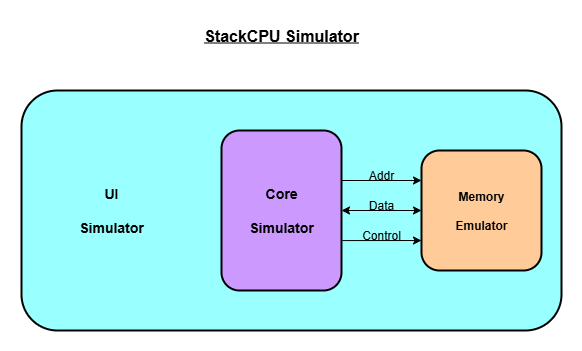
The draw.io diagram docs/StackCPU-SW-Simulator.png in dervish77/StackCPU, before a commit. Source tidied: cells renumbered, new cells last; positions are measured from the earlier drawing's top-left corner, leaving out a move shared by most shapes. The source it was exported from:
```xml
<mxGraphModel>
  <root>
    <mxCell id="0" />
    <mxCell id="1" parent="0" />
    <mxCell id="2" value="&lt;b&gt;&lt;u&gt;&lt;font style=&quot;font-size: 16px;&quot;&gt;StackCPU Simulator&lt;/font&gt;&lt;/u&gt;&lt;/b&gt;" style="text;html=1;align=center;verticalAlign=middle;whiteSpace=wrap;rounded=0;" parent="1" vertex="1">
      <mxGeometry x="175" width="170" height="30" as="geometry" />
    </mxCell>
    <mxCell id="3" style="rounded=1;whiteSpace=wrap;html=1;fillColor=#99FFFF;strokeWidth=2;" parent="1" vertex="1">
      <mxGeometry y="70" width="540" height="240" as="geometry" />
    </mxCell>
    <mxCell id="4" style="rounded=1;whiteSpace=wrap;html=1;fillColor=#CC99FF;strokeWidth=2;" parent="1" vertex="1">
      <mxGeometry x="200" y="110" width="120" height="160" as="geometry" />
    </mxCell>
    <mxCell id="5" style="rounded=1;whiteSpace=wrap;html=1;fillColor=#FFCC99;strokeWidth=2;" parent="1" vertex="1">
      <mxGeometry x="400" y="130" width="120" height="120" as="geometry" />
    </mxCell>
    <mxCell id="6" value="&lt;b&gt;Memory&lt;/b&gt;&lt;div&gt;&lt;b&gt;&lt;br&gt;&lt;/b&gt;&lt;div&gt;&lt;b&gt;Emulator&lt;/b&gt;&lt;/div&gt;&lt;/div&gt;" style="text;html=1;align=center;verticalAlign=middle;whiteSpace=wrap;rounded=0;" parent="1" vertex="1">
      <mxGeometry x="430" y="175" width="60" height="30" as="geometry" />
    </mxCell>
    <mxCell id="7" value="&lt;b&gt;&lt;font style=&quot;font-size: 14px;&quot;&gt;Core&lt;/font&gt;&lt;/b&gt;&lt;div&gt;&lt;b&gt;&lt;font style=&quot;font-size: 14px;&quot;&gt;&lt;br&gt;&lt;/font&gt;&lt;/b&gt;&lt;div&gt;&lt;b&gt;&lt;font style=&quot;font-size: 14px;&quot;&gt;Simulator&lt;/font&gt;&lt;/b&gt;&lt;/div&gt;&lt;/div&gt;" style="text;html=1;align=center;verticalAlign=middle;whiteSpace=wrap;rounded=0;" parent="1" vertex="1">
      <mxGeometry x="230" y="175" width="60" height="30" as="geometry" />
    </mxCell>
    <mxCell id="8" value="&lt;b&gt;&lt;font style=&quot;font-size: 14px;&quot;&gt;UI&lt;/font&gt;&lt;/b&gt;&lt;div&gt;&lt;b&gt;&lt;font style=&quot;font-size: 14px;&quot;&gt;&lt;br&gt;&lt;/font&gt;&lt;/b&gt;&lt;div&gt;&lt;b&gt;&lt;font style=&quot;font-size: 14px;&quot;&gt;Simulator&lt;/font&gt;&lt;/b&gt;&lt;/div&gt;&lt;/div&gt;" style="text;html=1;align=center;verticalAlign=middle;whiteSpace=wrap;rounded=0;" parent="1" vertex="1">
      <mxGeometry x="60" y="175" width="60" height="30" as="geometry" />
    </mxCell>
    <mxCell id="9" style="endArrow=classic;startArrow=classic;html=1;rounded=0;entryX=0;entryY=0.5;entryDx=0;entryDy=0;exitX=1;exitY=0.5;exitDx=0;exitDy=0;" parent="1" edge="1" source="4" target="5">
      <mxGeometry relative="1" as="geometry" />
    </mxCell>
    <mxCell id="10" style="endArrow=classic;html=1;rounded=0;entryX=0;entryY=0.25;entryDx=0;entryDy=0;" parent="1" edge="1" target="5">
      <mxGeometry relative="1" as="geometry">
        <mxPoint x="320" y="160" as="sourcePoint" />
      </mxGeometry>
    </mxCell>
    <mxCell id="11" style="endArrow=classic;html=1;rounded=0;entryX=0;entryY=0.75;entryDx=0;entryDy=0;exitX=1.008;exitY=0.688;exitDx=0;exitDy=0;exitPerimeter=0;" parent="1" edge="1" source="4" target="5">
      <mxGeometry relative="1" as="geometry" />
    </mxCell>
    <mxCell id="12" value="Addr" style="text;html=1;align=center;verticalAlign=middle;whiteSpace=wrap;rounded=0;" parent="1" vertex="1">
      <mxGeometry x="330" y="140" width="60" height="30" as="geometry" />
    </mxCell>
    <mxCell id="13" value="Data" style="text;html=1;align=center;verticalAlign=middle;whiteSpace=wrap;rounded=0;" parent="1" vertex="1">
      <mxGeometry x="330" y="170" width="60" height="30" as="geometry" />
    </mxCell>
    <mxCell id="14" value="Control" style="text;html=1;align=center;verticalAlign=middle;whiteSpace=wrap;rounded=0;" parent="1" vertex="1">
      <mxGeometry x="330" y="200" width="60" height="30" as="geometry" />
    </mxCell>
  </root>
</mxGraphModel>
```
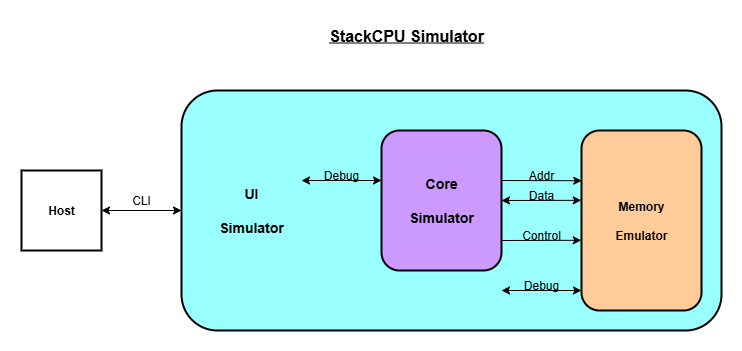
After the commit.

Commit message:
modified SW simulator diagram to include host CLI interface

Change to the diagram source:
```diff
@@ -3,45 +3,79 @@
     <mxCell id="0" />
     <mxCell id="1" parent="0" />
     <mxCell id="2" value="&lt;b&gt;&lt;u&gt;&lt;font style=&quot;font-size: 16px;&quot;&gt;StackCPU Simulator&lt;/font&gt;&lt;/u&gt;&lt;/b&gt;" style="text;html=1;align=center;verticalAlign=middle;whiteSpace=wrap;rounded=0;" parent="1" vertex="1">
-      <mxGeometry x="175" width="170" height="30" as="geometry" />
+      <mxGeometry x="180" width="170" height="30" as="geometry" />
     </mxCell>
     <mxCell id="3" style="rounded=1;whiteSpace=wrap;html=1;fillColor=#99FFFF;strokeWidth=2;" parent="1" vertex="1">
-      <mxGeometry y="70" width="540" height="240" as="geometry" />
+      <mxGeometry x="40" y="70" width="540" height="240" as="geometry" />
     </mxCell>
     <mxCell id="4" style="rounded=1;whiteSpace=wrap;html=1;fillColor=#CC99FF;strokeWidth=2;" parent="1" vertex="1">
-      <mxGeometry x="200" y="110" width="120" height="160" as="geometry" />
+      <mxGeometry x="240" y="110" width="120" height="140" as="geometry" />
     </mxCell>
     <mxCell id="5" style="rounded=1;whiteSpace=wrap;html=1;fillColor=#FFCC99;strokeWidth=2;" parent="1" vertex="1">
-      <mxGeometry x="400" y="130" width="120" height="120" as="geometry" />
+      <mxGeometry x="440" y="110" width="120" height="180" as="geometry" />
     </mxCell>
     <mxCell id="6" value="&lt;b&gt;Memory&lt;/b&gt;&lt;div&gt;&lt;b&gt;&lt;br&gt;&lt;/b&gt;&lt;div&gt;&lt;b&gt;Emulator&lt;/b&gt;&lt;/div&gt;&lt;/div&gt;" style="text;html=1;align=center;verticalAlign=middle;whiteSpace=wrap;rounded=0;" parent="1" vertex="1">
-      <mxGeometry x="430" y="175" width="60" height="30" as="geometry" />
+      <mxGeometry x="470" y="185" width="60" height="30" as="geometry" />
     </mxCell>
     <mxCell id="7" value="&lt;b&gt;&lt;font style=&quot;font-size: 14px;&quot;&gt;Core&lt;/font&gt;&lt;/b&gt;&lt;div&gt;&lt;b&gt;&lt;font style=&quot;font-size: 14px;&quot;&gt;&lt;br&gt;&lt;/font&gt;&lt;/b&gt;&lt;div&gt;&lt;b&gt;&lt;font style=&quot;font-size: 14px;&quot;&gt;Simulator&lt;/font&gt;&lt;/b&gt;&lt;/div&gt;&lt;/div&gt;" style="text;html=1;align=center;verticalAlign=middle;whiteSpace=wrap;rounded=0;" parent="1" vertex="1">
-      <mxGeometry x="230" y="175" width="60" height="30" as="geometry" />
+      <mxGeometry x="270" y="165" width="60" height="30" as="geometry" />
     </mxCell>
     <mxCell id="8" value="&lt;b&gt;&lt;font style=&quot;font-size: 14px;&quot;&gt;UI&lt;/font&gt;&lt;/b&gt;&lt;div&gt;&lt;b&gt;&lt;font style=&quot;font-size: 14px;&quot;&gt;&lt;br&gt;&lt;/font&gt;&lt;/b&gt;&lt;div&gt;&lt;b&gt;&lt;font style=&quot;font-size: 14px;&quot;&gt;Simulator&lt;/font&gt;&lt;/b&gt;&lt;/div&gt;&lt;/div&gt;" style="text;html=1;align=center;verticalAlign=middle;whiteSpace=wrap;rounded=0;" parent="1" vertex="1">
-      <mxGeometry x="60" y="175" width="60" height="30" as="geometry" />
+      <mxGeometry x="80" y="175" width="60" height="30" as="geometry" />
     </mxCell>
-    <mxCell id="9" style="endArrow=classic;startArrow=classic;html=1;rounded=0;entryX=0;entryY=0.5;entryDx=0;entryDy=0;exitX=1;exitY=0.5;exitDx=0;exitDy=0;" parent="1" edge="1" source="4" target="5">
+    <mxCell id="9" style="endArrow=classic;startArrow=classic;html=1;rounded=0;entryX=-0.002;entryY=0.388;entryDx=0;entryDy=0;exitX=1;exitY=0.5;exitDx=0;exitDy=0;entryPerimeter=0;" parent="1" edge="1" source="4" target="5">
       <mxGeometry relative="1" as="geometry" />
     </mxCell>
-    <mxCell id="10" style="endArrow=classic;html=1;rounded=0;entryX=0;entryY=0.25;entryDx=0;entryDy=0;" parent="1" edge="1" target="5">
+    <mxCell id="10" style="endArrow=classic;html=1;rounded=0;entryX=0.002;entryY=0.279;entryDx=0;entryDy=0;entryPerimeter=0;" parent="1" edge="1" target="5">
       <mxGeometry relative="1" as="geometry">
-        <mxPoint x="320" y="160" as="sourcePoint" />
+        <mxPoint x="360" y="160" as="sourcePoint" />
       </mxGeometry>
     </mxCell>
-    <mxCell id="11" style="endArrow=classic;html=1;rounded=0;entryX=0;entryY=0.75;entryDx=0;entryDy=0;exitX=1.008;exitY=0.688;exitDx=0;exitDy=0;exitPerimeter=0;" parent="1" edge="1" source="4" target="5">
-      <mxGeometry relative="1" as="geometry" />
+    <mxCell id="11" style="endArrow=classic;html=1;rounded=0;entryX=-0.002;entryY=0.61;entryDx=0;entryDy=0;entryPerimeter=0;" parent="1" edge="1" target="5">
+      <mxGeometry relative="1" as="geometry">
+        <mxPoint x="361" y="220" as="sourcePoint" />
+      </mxGeometry>
     </mxCell>
     <mxCell id="12" value="Addr" style="text;html=1;align=center;verticalAlign=middle;whiteSpace=wrap;rounded=0;" parent="1" vertex="1">
-      <mxGeometry x="330" y="140" width="60" height="30" as="geometry" />
+      <mxGeometry x="370" y="140" width="60" height="30" as="geometry" />
     </mxCell>
     <mxCell id="13" value="Data" style="text;html=1;align=center;verticalAlign=middle;whiteSpace=wrap;rounded=0;" parent="1" vertex="1">
-      <mxGeometry x="330" y="170" width="60" height="30" as="geometry" />
+      <mxGeometry x="370" y="160" width="60" height="30" as="geometry" />
     </mxCell>
     <mxCell id="14" value="Control" style="text;html=1;align=center;verticalAlign=middle;whiteSpace=wrap;rounded=0;" parent="1" vertex="1">
-      <mxGeometry x="330" y="200" width="60" height="30" as="geometry" />
+      <mxGeometry x="370" y="200" width="60" height="30" as="geometry" />
     </mxCell>
+    <mxCell id="15" style="endArrow=classic;startArrow=classic;html=1;rounded=0;" parent="1" edge="1">
+      <mxGeometry relative="1" as="geometry">
+        <mxPoint x="160" y="160" as="sourcePoint" />
+        <mxPoint x="240" y="160" as="targetPoint" />
+      </mxGeometry>
+    </mxCell>
+    <mxCell id="16" value="Debug" style="text;html=1;align=center;verticalAlign=middle;whiteSpace=wrap;rounded=0;" parent="1" vertex="1">
+      <mxGeometry x="170" y="140" width="60" height="30" as="geometry" />
+    </mxCell>
+    <mxCell id="17" style="endArrow=classic;startArrow=classic;html=1;rounded=0;" parent="1" edge="1">
+      <mxGeometry relative="1" as="geometry">
+        <mxPoint x="360" y="270" as="sourcePoint" />
+        <mxPoint x="440" y="270" as="targetPoint" />
+      </mxGeometry>
+    </mxCell>
+    <mxCell id="18" value="Debug" style="text;html=1;align=center;verticalAlign=middle;whiteSpace=wrap;rounded=0;" parent="1" vertex="1">
+      <mxGeometry x="370" y="250" width="60" height="30" as="geometry" />
+    </mxCell>
+    <mxCell id="19" style="whiteSpace=wrap;html=1;strokeWidth=2;" parent="1" vertex="1">
+      <mxGeometry x="-120" y="150" width="80" height="80" as="geometry" />
+    </mxCell>
+    <mxCell id="20" value="&lt;b&gt;Host&lt;/b&gt;" style="text;html=1;align=center;verticalAlign=middle;whiteSpace=wrap;rounded=0;" parent="1" vertex="1">
+      <mxGeometry x="-110" y="175" width="60" height="30" as="geometry" />
+    </mxCell>
+    <mxCell id="21" style="endArrow=classic;startArrow=classic;html=1;rounded=0;entryX=0;entryY=0.5;entryDx=0;entryDy=0;" parent="1" edge="1" target="3">
+      <mxGeometry relative="1" as="geometry">
+        <mxPoint x="-40" y="190" as="sourcePoint" />
+      </mxGeometry>
+    </mxCell>
+    <mxCell id="22" value="CLI" style="text;html=1;align=center;verticalAlign=middle;whiteSpace=wrap;rounded=0;" parent="1" vertex="1">
+      <mxGeometry x="-30" y="165" width="60" height="30" as="geometry" />
+    </mxCell>
   </root>
 </mxGraphModel>
```
